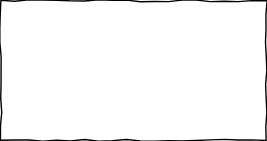
Earlier version of the draw.io export Untitled Diagram.svg (peihuanhuan/draw.io). Source tidied: cells renumbered, new cells last; positions are measured from the earlier drawing's top-left corner, leaving out a move shared by most shapes.
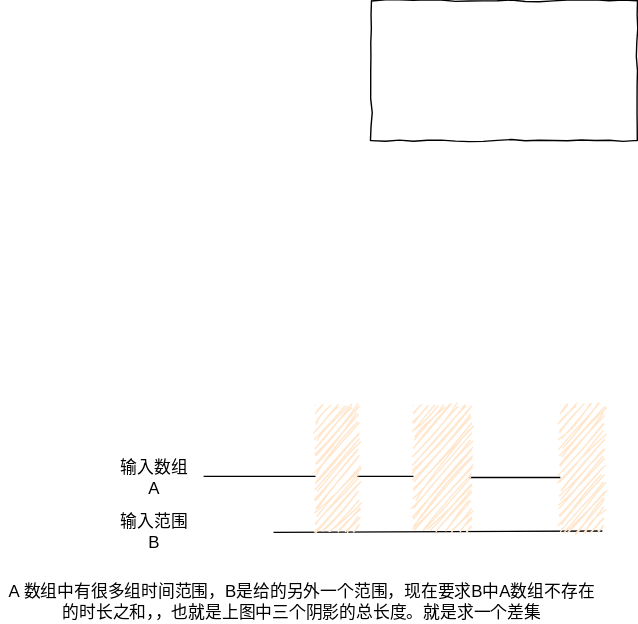
The same diagram one commit later.

Diff of the diagram source:
```diff
@@ -5,5 +5,46 @@
     <mxCell id="2" style="rounded=0;whiteSpace=wrap;html=1;comic=1;" parent="1" vertex="1">
       <mxGeometry width="190" height="100" as="geometry" />
     </mxCell>
+    <mxCell id="3" style="endArrow=none;html=1;" parent="1" edge="1">
+      <mxGeometry relative="1" as="geometry">
+        <mxPoint x="-120" y="340" as="sourcePoint" />
+        <mxPoint x="-40" y="340" as="targetPoint" />
+      </mxGeometry>
+    </mxCell>
+    <mxCell id="4" style="endArrow=none;html=1;" parent="1" edge="1">
+      <mxGeometry relative="1" as="geometry">
+        <mxPoint x="-10" y="340" as="sourcePoint" />
+        <mxPoint x="30" y="340" as="targetPoint" />
+      </mxGeometry>
+    </mxCell>
+    <mxCell id="5" style="endArrow=none;html=1;" parent="1" edge="1">
+      <mxGeometry relative="1" as="geometry">
+        <mxPoint x="70" y="340.8" as="sourcePoint" />
+        <mxPoint x="135" y="340.8" as="targetPoint" />
+      </mxGeometry>
+    </mxCell>
+    <mxCell id="6" style="endArrow=none;html=1;entryX=1;entryY=1;entryDx=0;entryDy=0;" parent="1" edge="1" target="12">
+      <mxGeometry relative="1" as="geometry">
+        <mxPoint x="-70" y="380" as="sourcePoint" />
+      </mxGeometry>
+    </mxCell>
+    <mxCell id="7" value="输入数组A" style="text;html=1;strokeColor=none;fillColor=none;align=center;verticalAlign=middle;whiteSpace=wrap;rounded=0;" parent="1" vertex="1">
+      <mxGeometry x="-180" y="331" width="50" height="20" as="geometry" />
+    </mxCell>
+    <mxCell id="8" value="输入范围B" style="text;html=1;strokeColor=none;fillColor=none;align=center;verticalAlign=middle;whiteSpace=wrap;rounded=0;" parent="1" vertex="1">
+      <mxGeometry x="-180" y="370" width="50" height="20" as="geometry" />
+    </mxCell>
+    <mxCell id="9" value="A 数组中有很多组时间范围，B是给的另外一个范围，现在要求B中A数组不存在&lt;br&gt;的时长之和，，也就是上图中三个阴影的总长度。就是求一个差集" style="text;html=1;align=center;verticalAlign=middle;" parent="1" vertex="1">
+      <mxGeometry x="-265" y="415" width="430" height="30" as="geometry" />
+    </mxCell>
+    <mxCell id="10" style="rounded=0;whiteSpace=wrap;html=1;fillColor=#ffe6cc;strokeColor=none;glass=0;shadow=0;sketch=1;" parent="1" vertex="1">
+      <mxGeometry x="-40" y="289" width="30" height="90" as="geometry" />
+    </mxCell>
+    <mxCell id="11" style="rounded=0;whiteSpace=wrap;html=1;fillColor=#ffe6cc;strokeColor=none;glass=0;shadow=0;sketch=1;" parent="1" vertex="1">
+      <mxGeometry x="30" y="289" width="40" height="89" as="geometry" />
+    </mxCell>
+    <mxCell id="12" style="rounded=0;whiteSpace=wrap;html=1;fillColor=#ffe6cc;strokeColor=none;glass=0;shadow=0;sketch=1;" parent="1" vertex="1">
+      <mxGeometry x="135" y="289" width="30" height="90" as="geometry" />
+    </mxCell>
   </root>
 </mxGraphModel>
```
